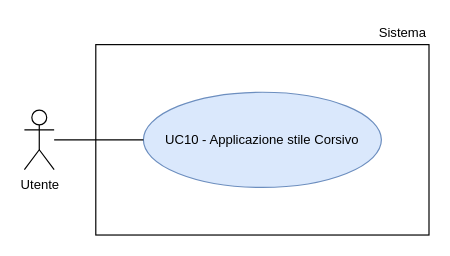
This is RTB/doc_esterna/analisi-dei-requisiti/assets/draw.io/UC10.drawio from thebitless-group-swe/thebitless.github.io, a draw.io file, before an edit. Source tidied: cells renumbered, new cells numbered last; positions are measured from the earlier drawing's top-left corner, leaving out a move shared by most shapes. Both pictures are drawn from the tidied source at 119%, with x=0, y=0 at pixel (24, 20).
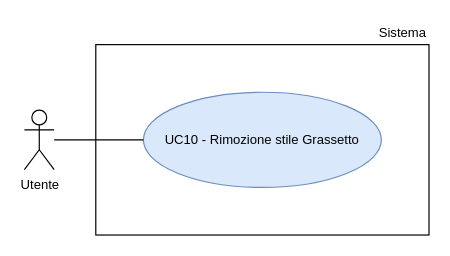
The same diagram, later.

What changed in the source:
```diff
@@
 <mxGraphModel>
   <root>
     <mxCell id="0" />
     <mxCell id="1" parent="0" />
     <mxCell id="2" value="Utente" style="shape=umlActor;verticalLabelPosition=bottom;verticalAlign=top;html=1;outlineConnect=0;fontSize=11;" parent="1" vertex="1">
       <mxGeometry y="75" width="25" height="50" as="geometry" />
     </mxCell>
     <mxCell id="3" style="rounded=0;whiteSpace=wrap;html=1;strokeWidth=1;" parent="1" vertex="1">
       <mxGeometry x="60" y="20" width="280" height="160" as="geometry" />
     </mxCell>
     <mxCell id="4" value="Sistema" style="text;html=1;whiteSpace=wrap;strokeColor=none;fillColor=none;align=right;verticalAlign=middle;fontSize=11;" parent="1" vertex="1">
       <mxGeometry x="270" width="70" height="20" as="geometry" />
     </mxCell>
-    <mxCell id="5" value="UC10 - Applicazione stile Corsivo" style="ellipse;whiteSpace=wrap;html=1;fillColor=#dae8fc;strokeColor=#6c8ebf;fontSize=11;" parent="1" vertex="1">
+    <mxCell id="5" value="UC10 - Rimozione stile Grassetto" style="ellipse;whiteSpace=wrap;html=1;fillColor=#dae8fc;strokeColor=#6c8ebf;fontSize=11;" parent="1" vertex="1">
       <mxGeometry x="100" y="60" width="200" height="80" as="geometry" />
     </mxCell>
     <mxCell id="6" style="edgeStyle=none;rounded=0;jettySize=auto;html=1;endArrow=none;endFill=0;" parent="1" edge="1" source="2" target="5">
       <mxGeometry relative="1" as="geometry" />
     </mxCell>
   </root>
 </mxGraphModel>
```
